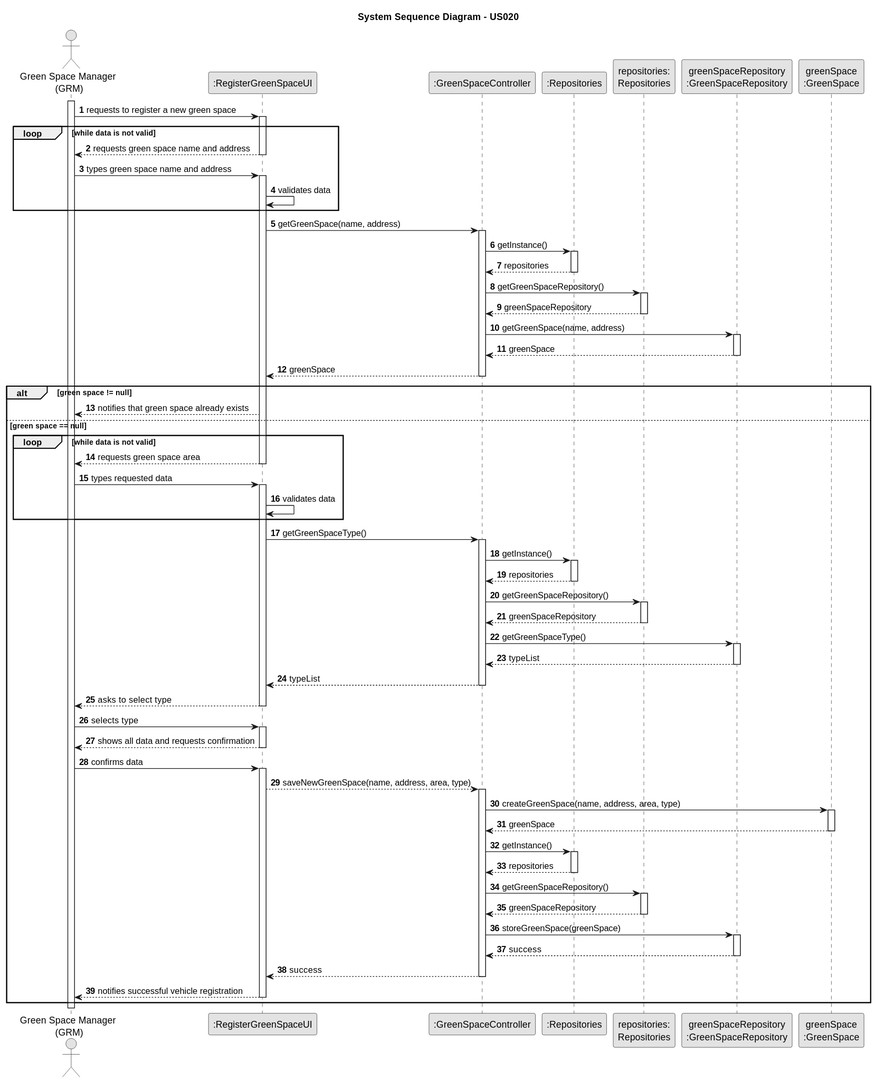
Earlier version of the PlantUML export docs/sprintC/us020/03.design/svg/us020-sequence-diagram-full.svg (RicardoMorim/lapr2-ISEP-Project). Source of this version:
```plantuml
@startuml
skinparam monochrome true
skinparam packageStyle rectangle
skinparam shadowing false

title System Sequence Diagram - US020

autonumber

actor "Green Space Manager \n(GRM)" as GRM
participant ":RegisterGreenSpaceUI" as UI
participant ":GreenSpaceController" as Controller
participant ":Repositories" as RepositorySingleton
participant "repositories:\nRepositories" as PLAT
participant "greenSpaceRepository\n:GreenSpaceRepository" as Repository
participant "greenSpace\n:GreenSpace" as GS
activate GRM

GRM -> UI : requests to register a new green space
activate UI
loop while data is not valid
UI --> GRM : requests green space name and address
deactivate UI
GRM -> UI : types green space name and address
activate UI
UI -> UI: validates data
end
UI -> Controller : getGreenSpace(name, address)
activate Controller
Controller -> RepositorySingleton : getInstance()
                                        activate RepositorySingleton

                                            RepositorySingleton --> Controller: repositories
                                        deactivate RepositorySingleton

                                        Controller -> PLAT : getGreenSpaceRepository()
                                        activate PLAT

                                            PLAT --> Controller : greenSpaceRepository
                                        deactivate PLAT
Controller -> Repository: getGreenSpace(name, address)
activate Repository
Repository --> Controller: greenSpace
deactivate Repository
Controller --> UI: greenSpace
deactivate Controller
alt green space != null
    UI --> GRM : notifies that green space already exists
    else green space == null
    loop while data is not valid
    UI --> GRM : requests green space area

deactivate UI
    GRM -> UI : types requested data
    activate UI
    UI -> UI: validates data
    end
    UI -> Controller: getGreenSpaceType()
    activate Controller
    Controller -> RepositorySingleton : getInstance()
                                            activate RepositorySingleton

                                                RepositorySingleton --> Controller: repositories
                                            deactivate RepositorySingleton

                                            Controller -> PLAT : getGreenSpaceRepository()
                                            activate PLAT

                                                PLAT --> Controller : greenSpaceRepository
                                            deactivate PLAT
    Controller -> Repository: getGreenSpaceType()
    activate Repository
    Repository --> Controller: typeList
    deactivate Repository
    Controller --> UI: typeList
    deactivate Controller
    UI --> GRM : asks to select type
    deactivate UI
    GRM -> UI : selects type
    activate UI
    UI --> GRM : shows all data and requests confirmation
    deactivate UI
deactivate UI
    GRM -> UI : confirms data
    activate UI
    UI --> Controller: saveNewGreenSpace(name, address, area, type)
    activate Controller
    Controller -> GS: createGreenSpace(name, address, area, type)
    activate GS
   GS --> Controller :greenSpace
   deactivate GS
   Controller -> RepositorySingleton : getInstance()
                                               activate RepositorySingleton

                                                   RepositorySingleton --> Controller: repositories
                                               deactivate RepositorySingleton

                                               Controller -> PLAT : getGreenSpaceRepository()
                                               activate PLAT

                                                   PLAT --> Controller : greenSpaceRepository
                                               deactivate PLAT
   Controller -> Repository: storeGreenSpace(greenSpace)
   activate Repository
   Repository --> Controller: success
   deactivate Repository
   Controller --> UI : success
   deactivate Controller
    UI --> GRM: notifies successful vehicle registration
deactivate UI
end
@enduml
```
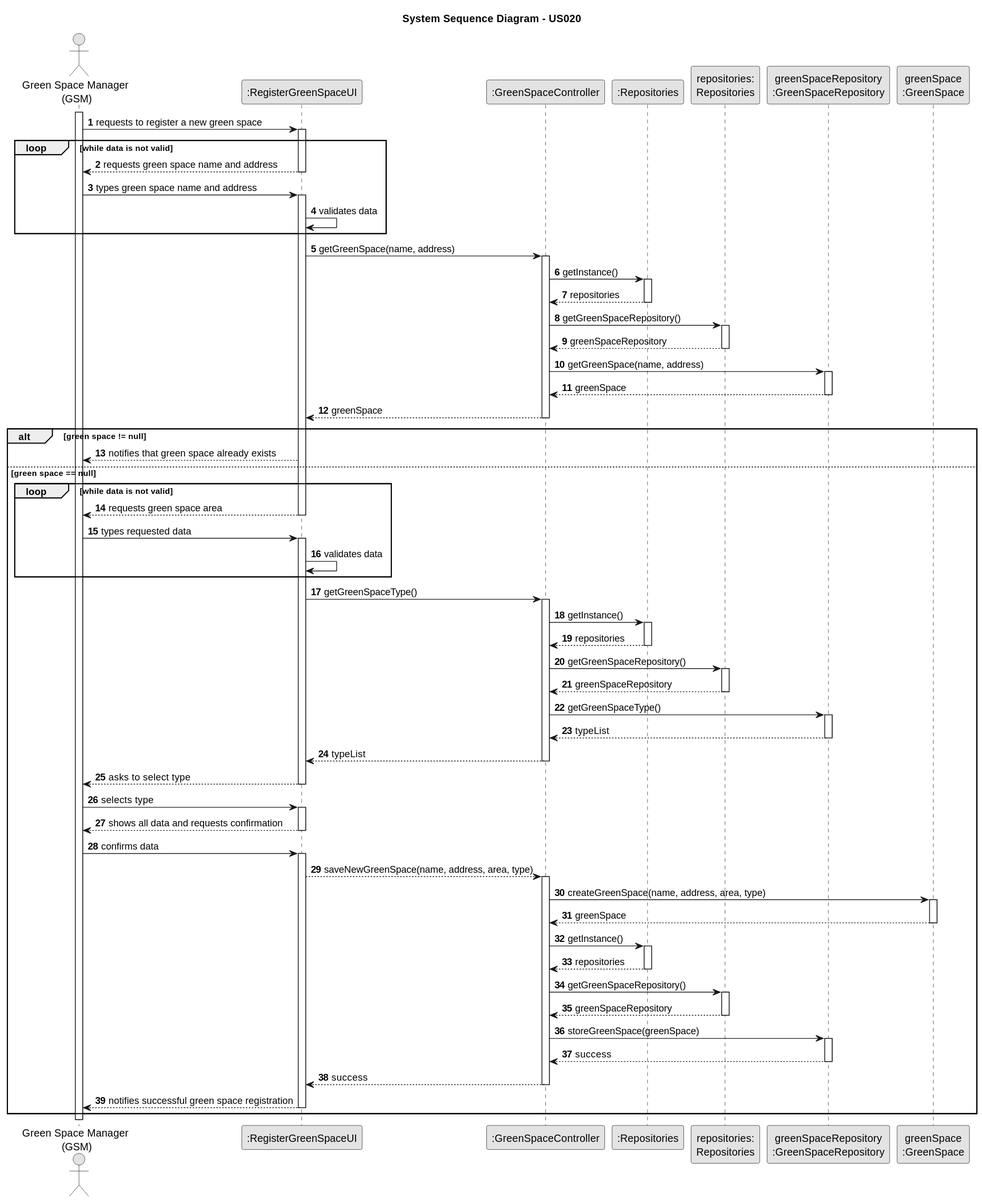
After the commit.

What changed in the source:
```diff
@@ -7,7 +7,7 @@
 
 autonumber
 
-actor "Green Space Manager \n(GRM)" as GRM
+actor "Green Space Manager \n(GSM)" as GRM
 participant ":RegisterGreenSpaceUI" as UI
 participant ":GreenSpaceController" as Controller
 participant ":Repositories" as RepositorySingleton
@@ -106,7 +106,7 @@
    deactivate Repository
    Controller --> UI : success
    deactivate Controller
-    UI --> GRM: notifies successful vehicle registration
+    UI --> GRM: notifies successful green space registration
 deactivate UI
 end
 @enduml
```
